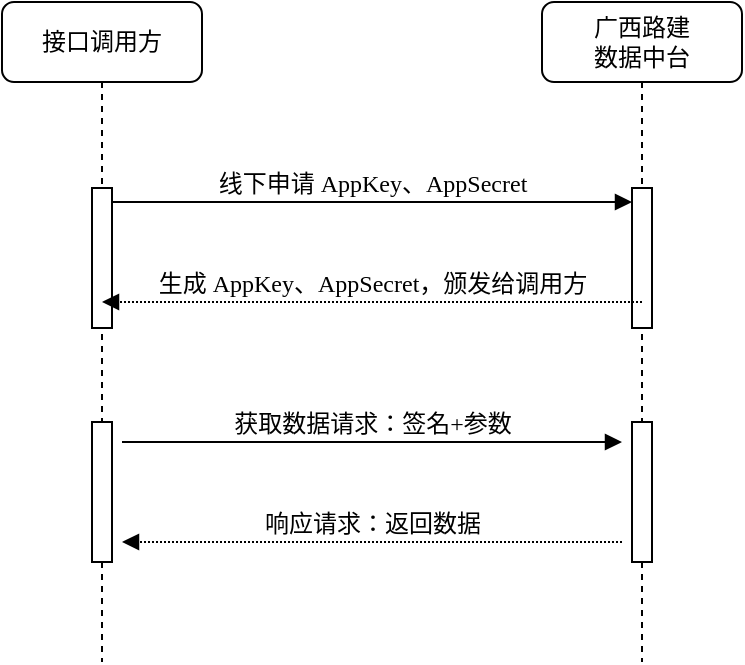
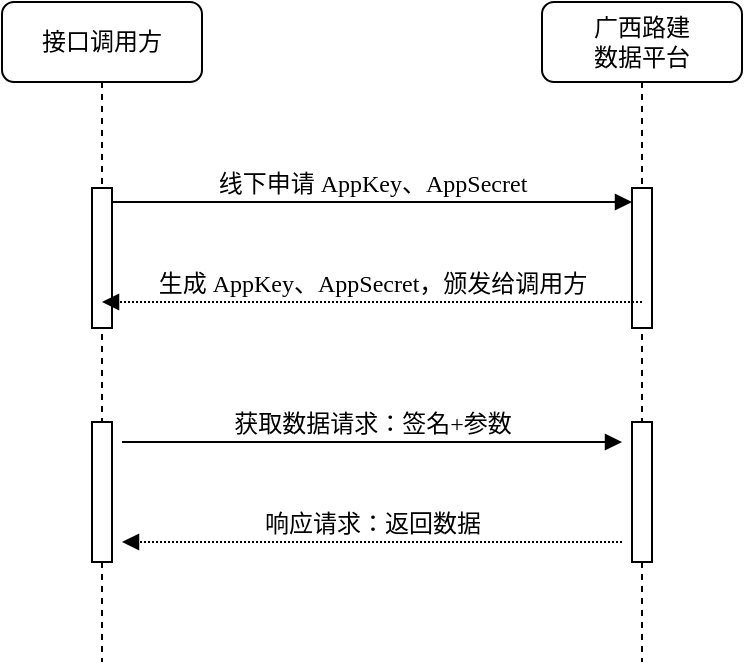
<mxfile host="app.diagrams.net" agent="5.0 (Windows NT 10.0; Win64; x64) AppleWebKit/537.36 (KHTML, like Gecko) Chrome/90.0.4430.212 Safari/537.36">
  <diagram name="Page-1" id="13e1069c-82ec-6db2-03f1-153e76fe0fe0">
-     <mxGraphModel dx="844" dy="383" grid="1" gridSize="10" guides="1" tooltips="1" connect="1" arrows="1" fold="1" page="1" pageScale="1" pageWidth="1100" pageHeight="850" background="none" math="0" shadow="0">
+     <mxGraphModel dx="1192" dy="540" grid="1" gridSize="10" guides="1" tooltips="1" connect="1" arrows="1" fold="1" page="1" pageScale="1" pageWidth="1100" pageHeight="850" background="none" math="0" shadow="0">
      <root>
        <mxCell id="0" />
        <mxCell id="1" parent="0" />
-         <mxCell id="7baba1c4bc27f4b0-2" parent="1" style="shape=umlLifeline;perimeter=lifelinePerimeter;whiteSpace=wrap;html=1;container=1;collapsible=0;recursiveResize=0;outlineConnect=0;rounded=1;shadow=0;comic=0;labelBackgroundColor=none;strokeWidth=1;fontFamily=Verdana;fontSize=12;align=center;" value="广西路建&lt;div&gt;数据中台&lt;/div&gt;" vertex="1">
+         <mxCell id="7baba1c4bc27f4b0-2" parent="1" style="shape=umlLifeline;perimeter=lifelinePerimeter;whiteSpace=wrap;html=1;container=1;collapsible=0;recursiveResize=0;outlineConnect=0;rounded=1;shadow=0;comic=0;labelBackgroundColor=none;strokeWidth=1;fontFamily=Verdana;fontSize=12;align=center;" value="广西路建&lt;div&gt;数据平台&lt;/div&gt;" vertex="1">
          <mxGeometry height="330" width="100" x="370" y="80" as="geometry" />
        </mxCell>
        <mxCell id="7baba1c4bc27f4b0-10" parent="7baba1c4bc27f4b0-2" style="html=1;points=[];perimeter=orthogonalPerimeter;rounded=0;shadow=0;comic=0;labelBackgroundColor=none;strokeWidth=1;fontFamily=Verdana;fontSize=12;align=center;" value="" vertex="1">
          <mxGeometry height="70" width="10" x="45" y="93" as="geometry" />
        </mxCell>
        <mxCell id="HVjiBSM-SndkO614d8rT-5" parent="7baba1c4bc27f4b0-2" style="html=1;points=[];perimeter=orthogonalPerimeter;rounded=0;shadow=0;comic=0;labelBackgroundColor=none;strokeWidth=1;fontFamily=Verdana;fontSize=12;align=center;" value="" vertex="1">
          <mxGeometry height="70" width="10" x="45" y="210" as="geometry" />
        </mxCell>
        <mxCell id="7baba1c4bc27f4b0-8" parent="1" style="shape=umlLifeline;perimeter=lifelinePerimeter;whiteSpace=wrap;html=1;container=1;collapsible=0;recursiveResize=0;outlineConnect=0;rounded=1;shadow=0;comic=0;labelBackgroundColor=none;strokeWidth=1;fontFamily=Verdana;fontSize=12;align=center;" value="接口调用方" vertex="1">
          <mxGeometry height="330" width="100" x="100" y="80" as="geometry" />
        </mxCell>
        <mxCell id="7baba1c4bc27f4b0-9" parent="7baba1c4bc27f4b0-8" style="html=1;points=[];perimeter=orthogonalPerimeter;rounded=0;shadow=0;comic=0;labelBackgroundColor=none;strokeWidth=1;fontFamily=Verdana;fontSize=12;align=center;" value="" vertex="1">
          <mxGeometry height="70" width="10" x="45" y="93" as="geometry" />
        </mxCell>
        <mxCell id="HVjiBSM-SndkO614d8rT-4" parent="7baba1c4bc27f4b0-8" style="html=1;points=[];perimeter=orthogonalPerimeter;rounded=0;shadow=0;comic=0;labelBackgroundColor=none;strokeWidth=1;fontFamily=Verdana;fontSize=12;align=center;" value="" vertex="1">
          <mxGeometry height="70" width="10" x="45" y="210" as="geometry" />
        </mxCell>
        <mxCell id="7baba1c4bc27f4b0-11" edge="1" parent="1" style="html=1;verticalAlign=bottom;endArrow=block;entryX=0;entryY=0;labelBackgroundColor=none;fontFamily=Verdana;fontSize=12;edgeStyle=elbowEdgeStyle;elbow=vertical;" value="线下申请 AppKey、AppSecret">
          <mxGeometry relative="1" as="geometry">
            <mxPoint x="155" y="180" as="sourcePoint" />
            <mxPoint x="415" y="180" as="targetPoint" />
          </mxGeometry>
        </mxCell>
        <mxCell id="HVjiBSM-SndkO614d8rT-3" edge="1" parent="1" style="html=1;verticalAlign=bottom;endArrow=block;labelBackgroundColor=none;fontFamily=Verdana;fontSize=12;edgeStyle=elbowEdgeStyle;elbow=vertical;entryX=0.5;entryY=0.957;entryDx=0;entryDy=0;entryPerimeter=0;dashed=1;dashPattern=1 1;exitX=0.5;exitY=0.957;exitDx=0;exitDy=0;exitPerimeter=0;" value="生成 AppKey、AppSecret，颁发给调用方">
          <mxGeometry relative="1" as="geometry">
            <mxPoint x="420" y="229.98999999999995" as="sourcePoint" />
            <mxPoint x="150" y="229.98999999999995" as="targetPoint" />
          </mxGeometry>
        </mxCell>
        <mxCell id="HVjiBSM-SndkO614d8rT-6" edge="1" parent="1" style="html=1;verticalAlign=bottom;endArrow=block;labelBackgroundColor=none;fontFamily=Verdana;fontSize=12;edgeStyle=elbowEdgeStyle;elbow=vertical;" value="获取数据请求：签名+参数">
          <mxGeometry relative="1" as="geometry">
            <mxPoint x="160" y="300" as="sourcePoint" />
            <mxPoint x="410" y="300" as="targetPoint" />
          </mxGeometry>
        </mxCell>
        <mxCell id="HVjiBSM-SndkO614d8rT-7" edge="1" parent="1" style="html=1;verticalAlign=bottom;endArrow=block;labelBackgroundColor=none;fontFamily=Verdana;fontSize=12;edgeStyle=elbowEdgeStyle;elbow=vertical;entryX=0.5;entryY=0.957;entryDx=0;entryDy=0;entryPerimeter=0;dashed=1;dashPattern=1 1;" value="响应请求：返回数据">
          <mxGeometry relative="1" as="geometry">
            <mxPoint x="410" y="350" as="sourcePoint" />
            <mxPoint x="160" y="350" as="targetPoint" />
          </mxGeometry>
        </mxCell>
      </root>
    </mxGraphModel>
  </diagram>
</mxfile>
